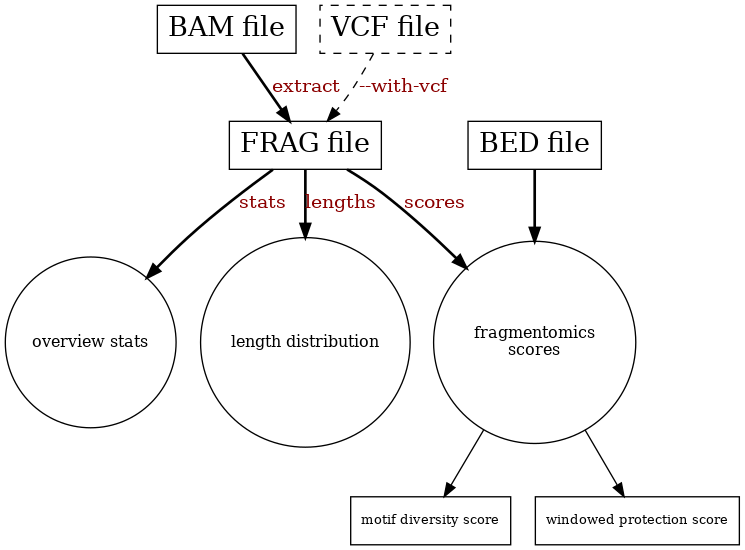
Earlier version of the Graphviz export docs/workflow.png (schwarzlab-ccb/pyfraglib). Its source is kept beside it as docs/workflow.dot.
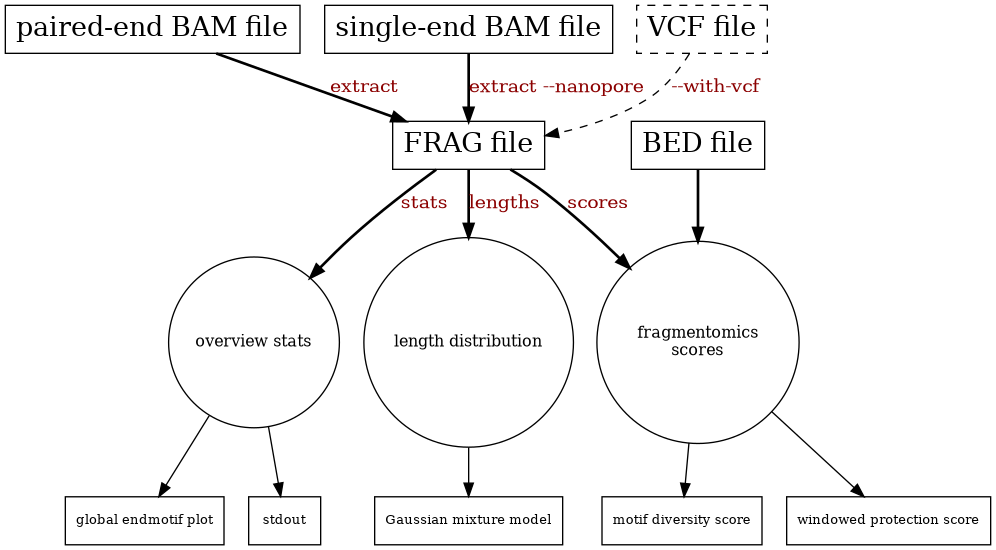
The same file after the commit.

Commit message:
modify workflow plot

Diff of the diagram source:
```diff
@@ -1,9 +1,11 @@
 digraph Workflow {
-    bgcolor="transparent";
 
-    A  -> B [label="extract",fontcolor=darkred,style=bold];
+    A0 -> B [label="extract",fontcolor=darkred,style=bold];
+    A1 -> B [label="extract --nanopore",fontcolor=darkred,style=bold];
     AA -> B [label="--with-vcf",fontcolor=darkred,style=dashed];
-    A [label="BAM file",shape=box,fontsize=20];
+
+    A0 [label="paired-end BAM file",shape=box,fontsize=20];
+    A1 [label="single-end BAM file",shape=box,fontsize=20];
     AA [label="VCF file",shape=box,fontsize=20,style=dashed];
     B [label="FRAG file",shape=box,fontsize=20];
 
@@ -13,10 +15,17 @@
     EE -> E [fontcolor=darkred,style=bold];
     E -> F;
     E -> G;
+    D -> H;
+    C -> I;
+    C -> J;
+
     C [label="overview stats",shape=circle,fontsize=12];
     D [label="length distribution",shape=circle,fontsize=12];
     E [label="fragmentomics\nscores",shape=circle,fontsize=12];
     EE [label="BED file",shape=box,fontsize=20];
     F [label="motif diversity score",shape=box,fontsize=10];
     G [label="windowed protection score",shape=box,fontsize=10];
+    H [label="Gaussian mixture model",shape=box,fontsize=10];
+    I [label="global endmotif plot",shape=box,fontsize=10];
+    J [label="stdout",shape=box,fontsize=10];
 }
```
